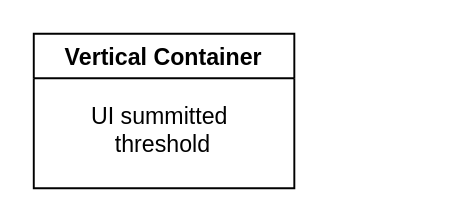
This is Untitled Diagram.drawio from arif2009/Album, a draw.io file, before an edit. Source tidied: cells renumbered, new cells numbered last; positions are measured from the earlier drawing's top-left corner, leaving out a move shared by most shapes. Both pictures are drawn from the tidied source at 193%, with x=0, y=0 at pixel (33, 33).
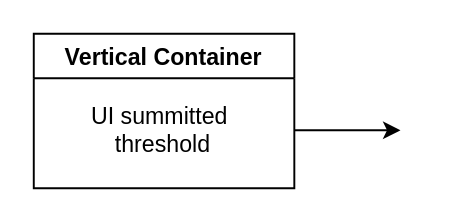
After the change.

Change to the diagram source:
```diff
@@
 <mxGraphModel>
   <root>
     <mxCell id="0" />
     <mxCell id="1" parent="0" />
     <mxCell id="2" value="Vertical Container" style="swimlane;" parent="1" vertex="1">
       <mxGeometry width="135" height="80" as="geometry" />
     </mxCell>
     <mxCell id="3" value="UI summitted&lt;br&gt;&amp;nbsp;threshold" style="text;html=1;align=center;verticalAlign=middle;strokeColor=none;fillColor=none;" parent="2" vertex="1">
       <mxGeometry x="20" y="35" width="90" height="30" as="geometry" />
     </mxCell>
+    <mxCell id="4" style="endArrow=classic;html=1;rounded=0;" parent="1" edge="1">
+      <mxGeometry relative="1" as="geometry">
+        <mxPoint x="135" y="50" as="sourcePoint" />
+        <mxPoint x="190" y="50" as="targetPoint" />
+      </mxGeometry>
+    </mxCell>
   </root>
 </mxGraphModel>
```
